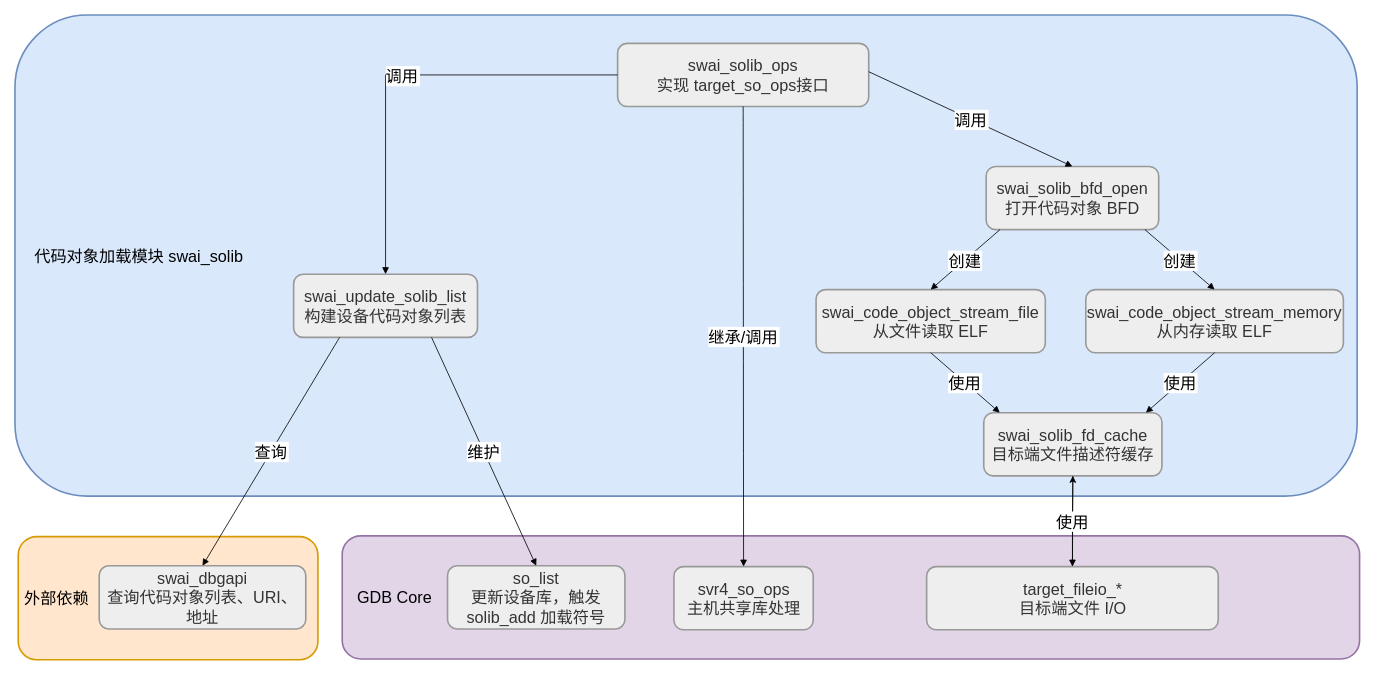
Above: solib-rocm-back.drawio in HanxuLiu/drawio-files (draw.io), before the change. Source tidied: cells renumbered, new cells numbered last; positions are measured from the earlier drawing's top-left corner, leaving out a move shared by most shapes. Both pictures are drawn from the tidied source at 81%, with x=0, y=0 at pixel (15, 15).
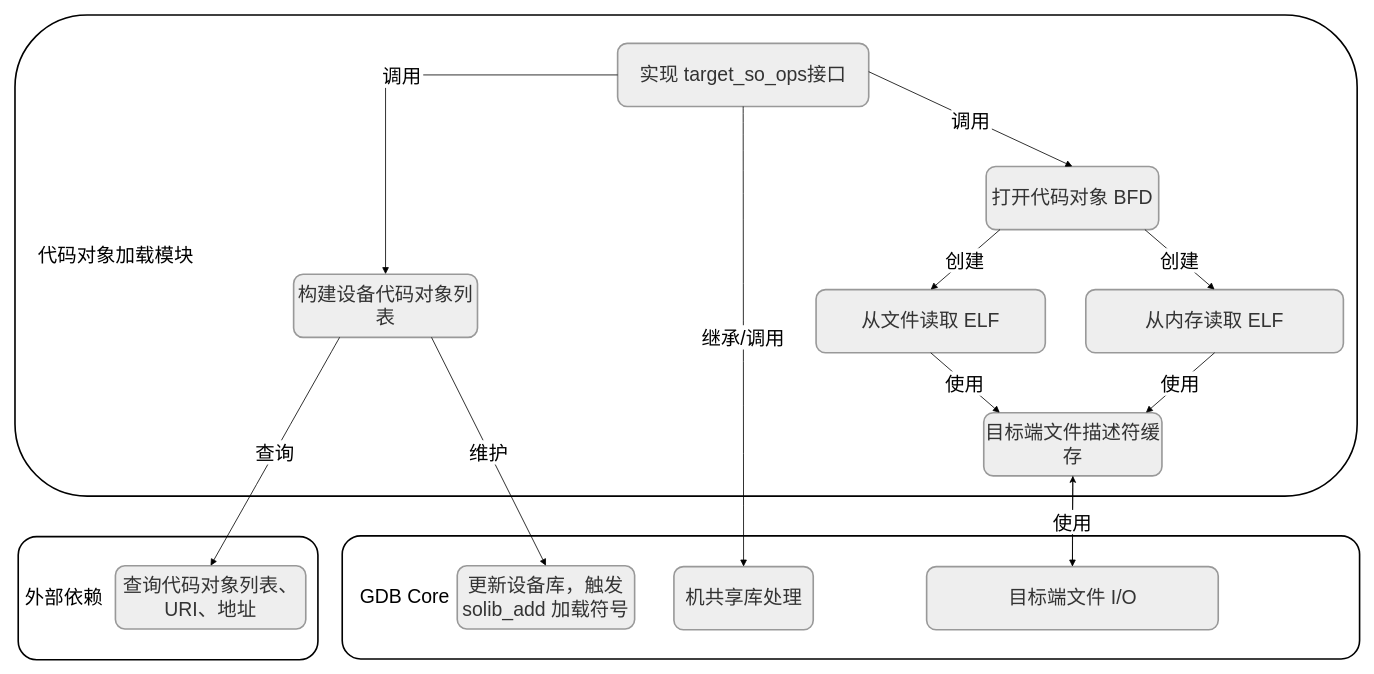
Above is the later version.

The edit, as a diff of the source:
```diff
@@
-    <mxCell id="2" value=" 外部依赖" style="whiteSpace=wrap;strokeWidth=2;fillColor=#ffe6cc;strokeColor=#d79b00;align=left;fontSize=20;rounded=1;" parent="1" vertex="1">
+    <mxCell id="2" value=" 外部依赖" style="whiteSpace=wrap;strokeWidth=2;align=left;fontSize=24;rounded=1;" parent="1" vertex="1">
       <mxGeometry x="4" y="644" width="370" height="152" as="geometry" />
     </mxCell>
-    <mxCell id="3" value="    代码对象加载模块 swai_solib" style="whiteSpace=wrap;strokeWidth=2;fillColor=#dae8fc;strokeColor=#6c8ebf;fontSize=20;align=left;rounded=1;" parent="1" vertex="1">
+    <mxCell id="3" value="    代码对象加载模块" style="whiteSpace=wrap;strokeWidth=2;fontSize=24;align=left;rounded=1;" parent="1" vertex="1">
       <mxGeometry width="1657" height="594" as="geometry" />
     </mxCell>
-    <mxCell id="4" value="   GDB Core" style="whiteSpace=wrap;strokeWidth=2;fillColor=#e1d5e7;strokeColor=#9673a6;align=left;fontSize=20;rounded=1;" parent="1" vertex="1">
+    <mxCell id="4" value="   GDB Core" style="whiteSpace=wrap;strokeWidth=2;align=left;fontSize=24;rounded=1;" parent="1" vertex="1">
       <mxGeometry x="404" y="643" width="1256" height="152" as="geometry" />
     </mxCell>
-    <mxCell id="5" value="so_list&#10;更新设备库，触发 solib_add 加载符号" style="whiteSpace=wrap;strokeWidth=2;fillColor=light-dark(#eeeeee,#1f2020);strokeColor=light-dark(#999999,#cccccc);fontColor=light-dark(#333333,#cccccc);fontSize=20;rounded=1;" parent="1" vertex="1">
-      <mxGeometry x="534" y="680" width="219" height="78" as="geometry" />
+    <mxCell id="5" value="更新设备库，触发 solib_add 加载符号" style="whiteSpace=wrap;strokeWidth=2;fillColor=light-dark(#eeeeee,#1f2020);strokeColor=light-dark(#999999,#cccccc);fontColor=light-dark(#333333,#cccccc);fontSize=24;rounded=1;" parent="1" vertex="1">
+      <mxGeometry x="546" y="680" width="219" height="78" as="geometry" />
     </mxCell>
-    <mxCell id="6" value="svr4_so_ops&#10;主机共享库处理" style="whiteSpace=wrap;strokeWidth=2;fillColor=light-dark(#eeeeee,#1f2020);strokeColor=light-dark(#999999,#cccccc);fontColor=light-dark(#333333,#cccccc);fontSize=20;rounded=1;" parent="1" vertex="1">
+    <mxCell id="6" value="机共享库处理" style="whiteSpace=wrap;strokeWidth=2;fillColor=light-dark(#eeeeee,#1f2020);strokeColor=light-dark(#999999,#cccccc);fontColor=light-dark(#333333,#cccccc);fontSize=24;rounded=1;" parent="1" vertex="1">
       <mxGeometry x="813.5" y="681" width="172" height="78" as="geometry" />
     </mxCell>
-    <mxCell id="7" style="edgeStyle=orthogonalEdgeStyle;rounded=0;jettySize=auto;html=1;fontSize=20;" parent="1" edge="1" source="8" target="12">
+    <mxCell id="7" style="edgeStyle=orthogonalEdgeStyle;rounded=0;jettySize=auto;html=1;fontSize=24;" parent="1" edge="1" source="8" target="12">
       <mxGeometry relative="1" as="geometry" />
     </mxCell>
-    <mxCell id="8" value="target_fileio_*&#10;目标端文件 I/O" style="whiteSpace=wrap;strokeWidth=2;fillColor=light-dark(#eeeeee,#1f2020);strokeColor=light-dark(#999999,#cccccc);fontColor=light-dark(#333333,#cccccc);fontSize=20;rounded=1;" parent="1" vertex="1">
+    <mxCell id="8" value="目标端文件 I/O" style="whiteSpace=wrap;strokeWidth=2;fillColor=light-dark(#eeeeee,#1f2020);strokeColor=light-dark(#999999,#cccccc);fontColor=light-dark(#333333,#cccccc);fontSize=24;rounded=1;" parent="1" vertex="1">
       <mxGeometry x="1125.5" y="681" width="360" height="78" as="geometry" />
     </mxCell>
-    <mxCell id="9" value="swai_solib_ops&#10;实现 target_so_ops接口" style="whiteSpace=wrap;strokeWidth=2;fillColor=light-dark(#eeeeee,#1f2020);strokeColor=light-dark(#999999,#cccccc);fontColor=light-dark(#333333,#cccccc);fontSize=20;rounded=1;" parent="1" vertex="1">
+    <mxCell id="9" value="实现 target_so_ops接口" style="whiteSpace=wrap;strokeWidth=2;fillColor=light-dark(#eeeeee,#1f2020);strokeColor=light-dark(#999999,#cccccc);fontColor=light-dark(#333333,#cccccc);fontSize=24;rounded=1;" parent="1" vertex="1">
       <mxGeometry x="744" y="35" width="310" height="78" as="geometry" />
     </mxCell>
-    <mxCell id="10" value="swai_update_solib_list&#10;构建设备代码对象列表" style="whiteSpace=wrap;strokeWidth=2;fillColor=light-dark(#eeeeee,#1f2020);strokeColor=light-dark(#999999,#cccccc);fontColor=light-dark(#333333,#cccccc);fontSize=20;rounded=1;" parent="1" vertex="1">
+    <mxCell id="10" value="构建设备代码对象列表" style="whiteSpace=wrap;strokeWidth=2;fillColor=light-dark(#eeeeee,#1f2020);strokeColor=light-dark(#999999,#cccccc);fontColor=light-dark(#333333,#cccccc);fontSize=24;rounded=1;" parent="1" vertex="1">
       <mxGeometry x="344" y="320" width="227" height="78" as="geometry" />
     </mxCell>
-    <mxCell id="11" value="swai_solib_bfd_open&#10;打开代码对象 BFD" style="whiteSpace=wrap;strokeWidth=2;fillColor=light-dark(#eeeeee,#1f2020);strokeColor=light-dark(#999999,#cccccc);fontColor=light-dark(#333333,#cccccc);fontSize=20;rounded=1;" parent="1" vertex="1">
+    <mxCell id="11" value="打开代码对象 BFD" style="whiteSpace=wrap;strokeWidth=2;fillColor=light-dark(#eeeeee,#1f2020);strokeColor=light-dark(#999999,#cccccc);fontColor=light-dark(#333333,#cccccc);fontSize=24;rounded=1;" parent="1" vertex="1">
       <mxGeometry x="1199" y="187" width="213" height="78" as="geometry" />
     </mxCell>
-    <mxCell id="12" value="swai_solib_fd_cache&#10;目标端文件描述符缓存" style="whiteSpace=wrap;strokeWidth=2;fillColor=light-dark(#eeeeee,#1f2020);strokeColor=light-dark(#999999,#cccccc);fontColor=light-dark(#333333,#cccccc);fontSize=20;rounded=1;" parent="1" vertex="1">
+    <mxCell id="12" value="目标端文件描述符缓存" style="whiteSpace=wrap;strokeWidth=2;fillColor=light-dark(#eeeeee,#1f2020);strokeColor=light-dark(#999999,#cccccc);fontColor=light-dark(#333333,#cccccc);fontSize=24;rounded=1;" parent="1" vertex="1">
       <mxGeometry x="1196" y="491" width="220" height="78" as="geometry" />
     </mxCell>
-    <mxCell id="13" value="swai_code_object_stream_file&#10;从文件读取 ELF" style="whiteSpace=wrap;strokeWidth=2;fillColor=light-dark(#eeeeee,#1f2020);strokeColor=light-dark(#999999,#cccccc);fontColor=light-dark(#333333,#cccccc);fontSize=20;rounded=1;" parent="1" vertex="1">
+    <mxCell id="13" value="从文件读取 ELF" style="whiteSpace=wrap;strokeWidth=2;fillColor=light-dark(#eeeeee,#1f2020);strokeColor=light-dark(#999999,#cccccc);fontColor=light-dark(#333333,#cccccc);fontSize=24;rounded=1;" parent="1" vertex="1">
       <mxGeometry x="989" y="339" width="283" height="78" as="geometry" />
     </mxCell>
-    <mxCell id="14" value="swai_code_object_stream_memory&#10;从内存读取 ELF" style="whiteSpace=wrap;strokeWidth=2;fillColor=light-dark(#eeeeee,#1f2020);strokeColor=light-dark(#999999,#cccccc);fontColor=light-dark(#333333,#cccccc);fontSize=20;rounded=1;" parent="1" vertex="1">
+    <mxCell id="14" value="从内存读取 ELF" style="whiteSpace=wrap;strokeWidth=2;fillColor=light-dark(#eeeeee,#1f2020);strokeColor=light-dark(#999999,#cccccc);fontColor=light-dark(#333333,#cccccc);fontSize=24;rounded=1;" parent="1" vertex="1">
       <mxGeometry x="1322" y="339" width="318" height="78" as="geometry" />
     </mxCell>
-    <mxCell id="15" value="swai_dbgapi&#10;查询代码对象列表、URI、地址" style="whiteSpace=wrap;strokeWidth=2;fillColor=light-dark(#eeeeee,#1f2020);strokeColor=light-dark(#999999,#cccccc);fontColor=light-dark(#333333,#cccccc);fontSize=20;rounded=1;" parent="1" vertex="1">
-      <mxGeometry x="104" y="680" width="255" height="78" as="geometry" />
+    <mxCell id="15" value="查询代码对象列表、URI、地址" style="whiteSpace=wrap;strokeWidth=2;fillColor=light-dark(#eeeeee,#1f2020);strokeColor=light-dark(#999999,#cccccc);fontColor=light-dark(#333333,#cccccc);fontSize=24;rounded=1;" parent="1" vertex="1">
+      <mxGeometry x="124" y="680" width="235" height="78" as="geometry" />
     </mxCell>
-    <mxCell id="16" value="调用" style="startArrow=none;endArrow=block;entryX=0.5;entryY=0;rounded=0;fontSize=20;edgeStyle=orthogonalEdgeStyle;exitX=0;exitY=0.5;exitDx=0;exitDy=0;" parent="1" edge="1" source="9" target="10">
+    <mxCell id="16" value="调用" style="startArrow=none;endArrow=block;entryX=0.5;entryY=0;rounded=0;fontSize=24;edgeStyle=orthogonalEdgeStyle;exitX=0;exitY=0.5;exitDx=0;exitDy=0;" parent="1" edge="1" source="9" target="10">
       <mxGeometry relative="1" as="geometry" />
     </mxCell>
-    <mxCell id="17" value="调用" style="startArrow=none;endArrow=block;exitX=1;exitY=0.449;entryX=0.5;entryY=0;rounded=0;fontSize=20;exitDx=0;exitDy=0;exitPerimeter=0;" parent="1" edge="1" source="9" target="11">
+    <mxCell id="17" value="调用" style="startArrow=none;endArrow=block;exitX=1;exitY=0.449;entryX=0.5;entryY=0;rounded=0;fontSize=24;exitDx=0;exitDy=0;exitPerimeter=0;" parent="1" edge="1" source="9" target="11">
       <mxGeometry relative="1" as="geometry" />
     </mxCell>
-    <mxCell id="18" value="继承/调用" style="curved=1;startArrow=none;endArrow=block;exitX=0.5;exitY=1;entryX=0.5;entryY=0;rounded=0;fontSize=20;" parent="1" edge="1" source="9" target="6">
+    <mxCell id="18" value="继承/调用" style="curved=1;startArrow=none;endArrow=block;exitX=0.5;exitY=1;entryX=0.5;entryY=0;rounded=0;fontSize=24;" parent="1" edge="1" source="9" target="6">
       <mxGeometry relative="1" as="geometry" />
     </mxCell>
-    <mxCell id="19" value="查询" style="curved=1;startArrow=none;endArrow=block;exitX=0.25;exitY=1;entryX=0.5;entryY=0;rounded=0;fontSize=20;exitDx=0;exitDy=0;" parent="1" edge="1" source="10" target="15">
+    <mxCell id="19" value="查询" style="curved=1;startArrow=none;endArrow=block;exitX=0.25;exitY=1;entryX=0.5;entryY=0;rounded=0;fontSize=24;exitDx=0;exitDy=0;" parent="1" edge="1" source="10" target="15">
       <mxGeometry relative="1" as="geometry" />
     </mxCell>
-    <mxCell id="20" value="维护" style="startArrow=none;endArrow=block;exitX=0.75;exitY=1;entryX=0.5;entryY=0;rounded=0;fontSize=20;exitDx=0;exitDy=0;" parent="1" edge="1" source="10" target="5">
+    <mxCell id="20" value="维护" style="startArrow=none;endArrow=block;exitX=0.75;exitY=1;entryX=0.5;entryY=0;rounded=0;fontSize=24;exitDx=0;exitDy=0;" parent="1" edge="1" source="10" target="5">
       <mxGeometry relative="1" as="geometry" />
     </mxCell>
-    <mxCell id="21" value="创建" style="startArrow=none;endArrow=block;exitX=0.08;exitY=1;entryX=0.5;entryY=0;rounded=0;fontSize=20;" parent="1" edge="1" source="11" target="13">
+    <mxCell id="21" value="创建" style="startArrow=none;endArrow=block;exitX=0.08;exitY=1;entryX=0.5;entryY=0;rounded=0;fontSize=24;" parent="1" edge="1" source="11" target="13">
       <mxGeometry relative="1" as="geometry" />
     </mxCell>
-    <mxCell id="22" value="创建" style="startArrow=none;endArrow=block;exitX=0.92;exitY=1;entryX=0.5;entryY=0;rounded=0;fontSize=20;" parent="1" edge="1" source="11" target="14">
+    <mxCell id="22" value="创建" style="startArrow=none;endArrow=block;exitX=0.92;exitY=1;entryX=0.5;entryY=0;rounded=0;fontSize=24;" parent="1" edge="1" source="11" target="14">
       <mxGeometry relative="1" as="geometry" />
     </mxCell>
-    <mxCell id="23" value="使用" style="startArrow=none;endArrow=block;exitX=0.5;exitY=1;entryX=0.09;entryY=0;rounded=0;fontSize=20;" parent="1" edge="1" source="13" target="12">
+    <mxCell id="23" value="使用" style="startArrow=none;endArrow=block;exitX=0.5;exitY=1;entryX=0.09;entryY=0;rounded=0;fontSize=24;" parent="1" edge="1" source="13" target="12">
       <mxGeometry relative="1" as="geometry" />
     </mxCell>
-    <mxCell id="24" value="使用" style="startArrow=none;endArrow=block;exitX=0.5;exitY=1;entryX=0.91;entryY=0;rounded=1;fontSize=20;" parent="1" edge="1" source="14" target="12">
+    <mxCell id="24" value="使用" style="startArrow=none;endArrow=block;exitX=0.5;exitY=1;entryX=0.91;entryY=0;rounded=1;fontSize=24;" parent="1" edge="1" source="14" target="12">
       <mxGeometry relative="1" as="geometry" />
     </mxCell>
-    <mxCell id="25" value="使用" style="curved=1;startArrow=none;endArrow=block;exitX=0.5;exitY=1;entryX=0.5;entryY=0;rounded=0;fontSize=20;" parent="1" edge="1" source="12" target="8">
+    <mxCell id="25" value="使用" style="curved=1;startArrow=none;endArrow=block;exitX=0.5;exitY=1;entryX=0.5;entryY=0;rounded=0;fontSize=24;" parent="1" edge="1" source="12" target="8">
       <mxGeometry relative="1" as="geometry" />
     </mxCell>
```
